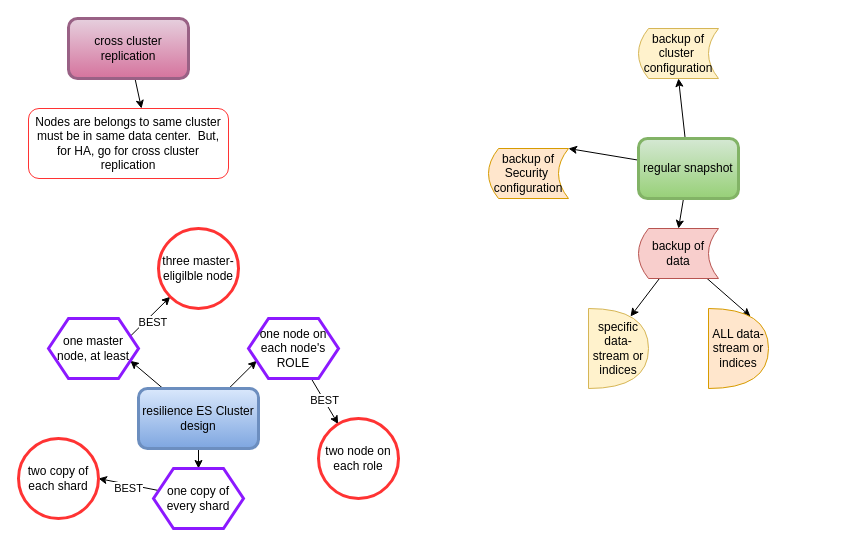
paramothers/books keeps this draw.io diagram as page "High Availability" (9 of 9) of My Articles/elastic stack/ElasticSearch setup and configuration.drawio. Above is the earlier version. Source tidied: cells renumbered, new cells numbered last; positions are measured from the earlier drawing's top-left corner, leaving out a move shared by most shapes. Both pictures are drawn from the tidied source at 100%, with x=0, y=0 at pixel (18, 18).
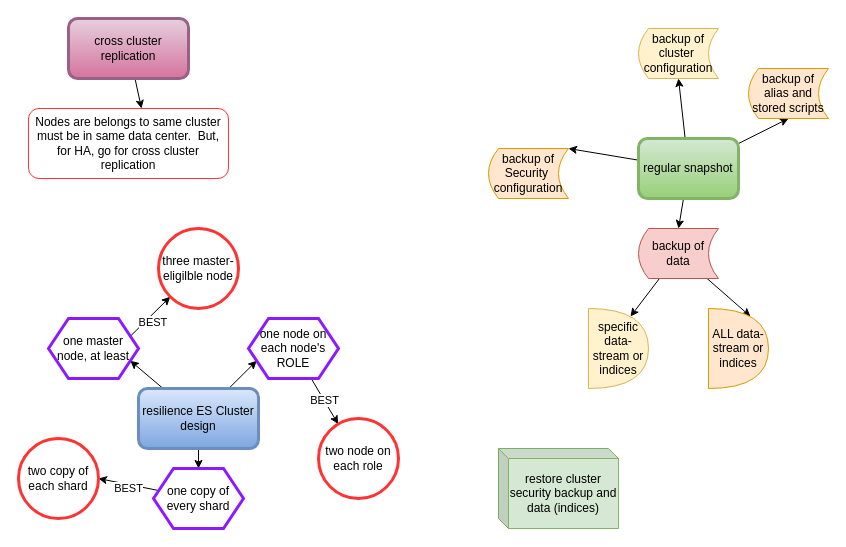
Above is the later version.

Unchanged cells that the change refers to:
```xml
<mxCell id="13" value="regular snapshot" style="rounded=1;whiteSpace=wrap;html=1;strokeColor=#82b366;strokeWidth=3;fillColor=#d5e8d4;gradientColor=#97d077;" parent="1" vertex="1">
  <mxGeometry x="620" y="120" width="100" height="60" as="geometry" />
</mxCell>
```

Change to the diagram source:
```diff
@@
+    <mxCell id="31" style="rounded=0;jettySize=auto;html=1;entryX=0.5;entryY=1;entryDx=0;entryDy=0;" parent="1" edge="1" source="13" target="32">
+      <mxGeometry relative="1" as="geometry" />
+    </mxCell>
@@
+    <mxCell id="32" value="backup of &lt;br&gt;alias and stored scripts" style="shape=dataStorage;whiteSpace=wrap;html=1;fixedSize=1;strokeColor=#d79b00;strokeWidth=1;fillColor=#ffe6cc;size=10;" parent="1" vertex="1">
+      <mxGeometry x="730" y="50" width="80" height="50" as="geometry" />
+    </mxCell>
+    <mxCell id="33" value="restore cluster security backup and data (indices)" style="shape=cube;whiteSpace=wrap;html=1;boundedLbl=1;backgroundOutline=1;darkOpacity=0.05;darkOpacity2=0.1;size=10;fillColor=#d5e8d4;strokeColor=#82b366;" parent="1" vertex="1">
+      <mxGeometry x="480" y="430" width="120" height="80" as="geometry" />
+    </mxCell>
```
